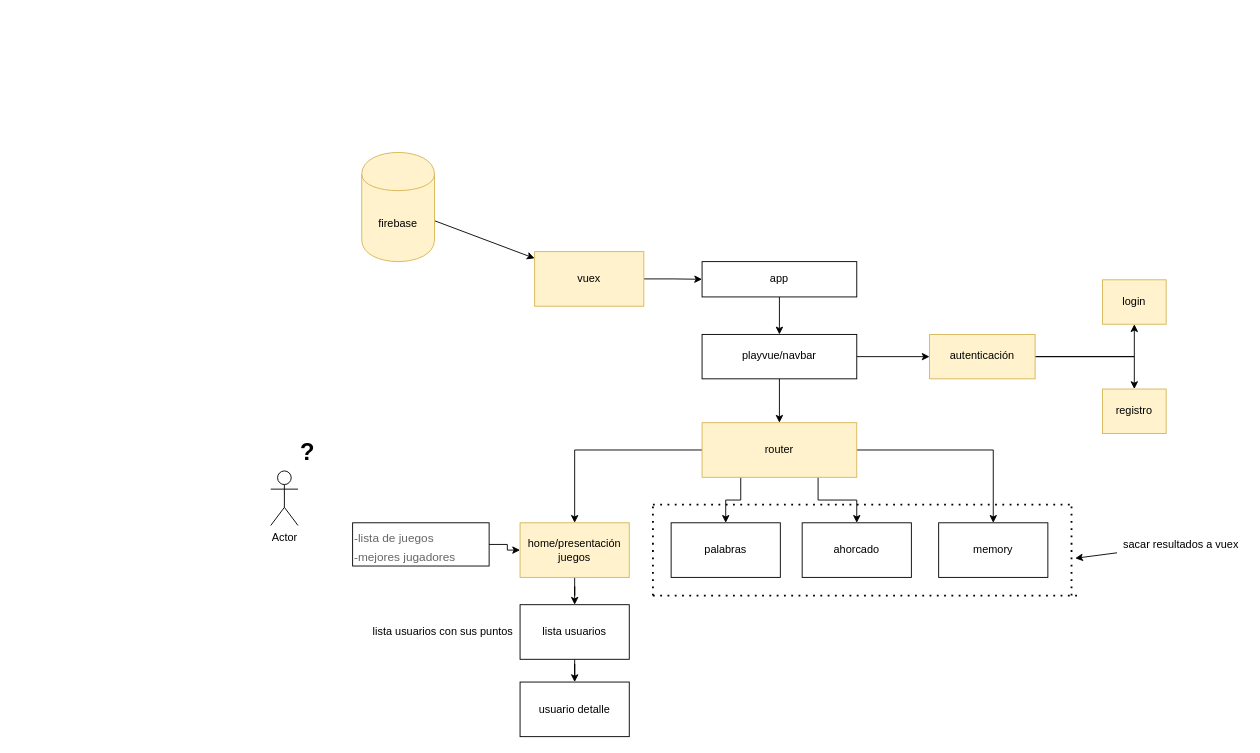
This is play-vue.drawio from lazaro-programacion/play-games-vue, a draw.io file, before an edit. Source tidied: cells renumbered, new cells numbered last; positions are measured from the earlier drawing's top-left corner, leaving out a move shared by most shapes. Both pictures are drawn from the tidied source at 91%, with x=0, y=0 at pixel (270, 152).
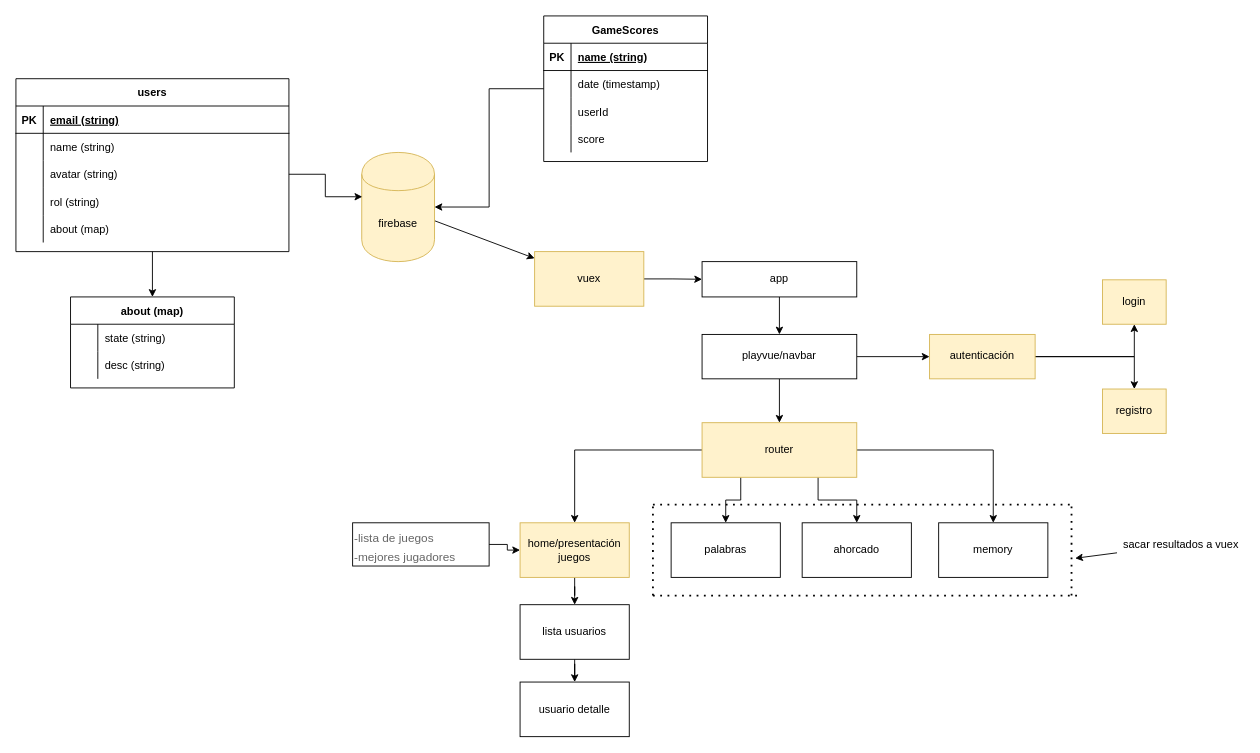
The same diagram, later.

Unchanged cells that the change refers to:
```xml
<mxCell id="27" value="firebase" style="shape=cylinder;whiteSpace=wrap;html=1;boundedLbl=1;backgroundOutline=1;fillColor=#fff2cc;strokeColor=#d6b656;" parent="1" vertex="1">
  <mxGeometry x="100" width="80" height="120" as="geometry" />
</mxCell>
```

Change to the diagram source:
```diff
@@
-    <mxCell id="25" value="lista usuarios con sus puntos" style="text;html=1;align=center;verticalAlign=middle;" parent="1" vertex="1">
-      <mxGeometry x="104" y="517" width="170" height="20" as="geometry" />
-    </mxCell>
@@
-    <mxCell id="36" value="Actor" style="shape=umlActor;verticalLabelPosition=bottom;verticalAlign=top;html=1;" parent="1" vertex="1">
-      <mxGeometry y="350" width="30" height="60" as="geometry" />
-    </mxCell>
-    <mxCell id="37" value="&lt;font style=&quot;font-size: 26px&quot;&gt;&lt;b&gt;?&lt;/b&gt;&lt;/font&gt;" style="text;html=1;align=center;verticalAlign=middle;" parent="1" vertex="1">
-      <mxGeometry x="25" y="320" width="30" height="20" as="geometry" />
-    </mxCell>
@@
+    <mxCell id="40" style="edgeStyle=orthogonalEdgeStyle;rounded=0;jettySize=auto;html=1;entryX=0.5;entryY=0;entryDx=0;entryDy=0;" parent="1" edge="1" source="41" target="57">
+      <mxGeometry relative="1" as="geometry" />
+    </mxCell>
+    <mxCell id="41" value="users" style="shape=table;startSize=30;childLayout=tableLayout;rowLines=0;fontStyle=1;align=center;" parent="1" vertex="1">
+      <mxGeometry x="-280" y="-81" width="300" height="190" as="geometry" />
+    </mxCell>
+    <mxCell id="42" style="shape=partialRectangle;fillColor=none;top=0;left=0;bottom=1;right=0;" parent="41" vertex="1">
+      <mxGeometry y="30" width="300" height="30" as="geometry" />
+    </mxCell>
+    <mxCell id="43" value="PK" style="shape=partialRectangle;fillColor=none;top=0;left=0;bottom=0;right=0;fontStyle=1;overflow=hidden;" parent="42" vertex="1">
+      <mxGeometry width="30" height="30" as="geometry" />
+    </mxCell>
+    <mxCell id="44" value="email (string)" style="shape=partialRectangle;fillColor=none;top=0;left=0;bottom=0;right=0;align=left;spacingLeft=6;fontStyle=5;overflow=hidden;" parent="42" vertex="1">
+      <mxGeometry x="30" width="270" height="30" as="geometry" />
+    </mxCell>
+    <mxCell id="45" style="shape=partialRectangle;fillColor=none;top=0;left=0;bottom=0;right=0;" parent="41" vertex="1">
+      <mxGeometry y="60" width="300" height="30" as="geometry" />
+    </mxCell>
+    <mxCell id="46" style="shape=partialRectangle;fillColor=none;top=0;left=0;bottom=0;right=0;overflow=hidden;" parent="45" vertex="1">
+      <mxGeometry width="30" height="30" as="geometry" />
+    </mxCell>
+    <mxCell id="47" value="name (string)" style="shape=partialRectangle;fillColor=none;top=0;left=0;bottom=0;right=0;align=left;spacingLeft=6;overflow=hidden;" parent="45" vertex="1">
+      <mxGeometry x="30" width="270" height="30" as="geometry" />
+    </mxCell>
+    <mxCell id="48" style="shape=partialRectangle;fillColor=none;top=0;left=0;bottom=0;right=0;points=[[0,0.5],[1,0.5]];portConstraint=eastwest;" parent="41" vertex="1">
+      <mxGeometry y="90" width="300" height="30" as="geometry" />
+    </mxCell>
+    <mxCell id="49" style="shape=partialRectangle;fillColor=none;top=0;left=0;bottom=0;right=0;overflow=hidden;" parent="48" vertex="1">
+      <mxGeometry width="30" height="30" as="geometry" />
+    </mxCell>
+    <mxCell id="50" value="avatar (string)" style="shape=partialRectangle;fillColor=none;top=0;left=0;bottom=0;right=0;align=left;spacingLeft=6;overflow=hidden;" parent="48" vertex="1">
+      <mxGeometry x="30" width="270" height="30" as="geometry" />
+    </mxCell>
+    <mxCell id="51" style="shape=partialRectangle;fillColor=none;top=0;left=0;bottom=0;right=0;" parent="41" vertex="1">
+      <mxGeometry y="120" width="300" height="30" as="geometry" />
+    </mxCell>
+    <mxCell id="52" style="shape=partialRectangle;fillColor=none;top=0;left=0;bottom=0;right=0;overflow=hidden;" parent="51" vertex="1">
+      <mxGeometry width="30" height="30" as="geometry" />
+    </mxCell>
+    <mxCell id="53" value="rol (string)" style="shape=partialRectangle;fillColor=none;top=0;left=0;bottom=0;right=0;align=left;spacingLeft=6;overflow=hidden;" parent="51" vertex="1">
+      <mxGeometry x="30" width="270" height="30" as="geometry" />
+    </mxCell>
+    <mxCell id="54" style="shape=partialRectangle;fillColor=none;top=0;left=0;bottom=0;right=0;" parent="41" vertex="1">
+      <mxGeometry y="150" width="300" height="30" as="geometry" />
+    </mxCell>
+    <mxCell id="55" style="shape=partialRectangle;fillColor=none;top=0;left=0;bottom=0;right=0;overflow=hidden;" parent="54" vertex="1">
+      <mxGeometry width="30" height="30" as="geometry" />
+    </mxCell>
+    <mxCell id="56" value="about (map)" style="shape=partialRectangle;fillColor=none;top=0;left=0;bottom=0;right=0;align=left;spacingLeft=6;overflow=hidden;" parent="54" vertex="1">
+      <mxGeometry x="30" width="270" height="30" as="geometry" />
+    </mxCell>
+    <mxCell id="57" value="about (map)" style="shape=table;startSize=30;childLayout=tableLayout;rowLines=0;fontStyle=1;align=center;" parent="1" vertex="1">
+      <mxGeometry x="-220" y="158.8" width="180" height="100" as="geometry" />
+    </mxCell>
+    <mxCell id="58" style="shape=partialRectangle;fillColor=none;top=0;left=0;bottom=0;right=0;" parent="57" vertex="1">
+      <mxGeometry y="30" width="180" height="30" as="geometry" />
+    </mxCell>
+    <mxCell id="59" style="shape=partialRectangle;fillColor=none;top=0;left=0;bottom=0;right=0;overflow=hidden;" parent="58" vertex="1">
+      <mxGeometry width="30" height="30" as="geometry" />
+    </mxCell>
+    <mxCell id="60" value="state (string)" style="shape=partialRectangle;fillColor=none;top=0;left=0;bottom=0;right=0;align=left;spacingLeft=6;overflow=hidden;" parent="58" vertex="1">
+      <mxGeometry x="30" width="150" height="30" as="geometry" />
+    </mxCell>
+    <mxCell id="61" style="shape=partialRectangle;fillColor=none;top=0;left=0;bottom=0;right=0;" parent="57" vertex="1">
+      <mxGeometry y="60" width="180" height="30" as="geometry" />
+    </mxCell>
+    <mxCell id="62" style="shape=partialRectangle;fillColor=none;top=0;left=0;bottom=0;right=0;overflow=hidden;" parent="61" vertex="1">
+      <mxGeometry width="30" height="30" as="geometry" />
+    </mxCell>
+    <mxCell id="63" value="desc (string)" style="shape=partialRectangle;fillColor=none;top=0;left=0;bottom=0;right=0;align=left;spacingLeft=6;overflow=hidden;" parent="61" vertex="1">
+      <mxGeometry x="30" width="150" height="30" as="geometry" />
+    </mxCell>
+    <mxCell id="64" style="edgeStyle=orthogonalEdgeStyle;rounded=0;jettySize=auto;html=1;" parent="1" edge="1" source="65" target="27">
+      <mxGeometry relative="1" as="geometry" />
+    </mxCell>
+    <mxCell id="65" value="GameScores" style="shape=table;startSize=30;childLayout=tableLayout;rowLines=0;fontStyle=1;align=center;" parent="1" vertex="1">
+      <mxGeometry x="300" y="-150" width="180" height="160" as="geometry" />
+    </mxCell>
+    <mxCell id="66" style="shape=partialRectangle;fillColor=none;top=0;left=0;bottom=1;right=0;" parent="65" vertex="1">
+      <mxGeometry y="30" width="180" height="30" as="geometry" />
+    </mxCell>
+    <mxCell id="67" value="PK" style="shape=partialRectangle;fillColor=none;top=0;left=0;bottom=0;right=0;fontStyle=1;overflow=hidden;" parent="66" vertex="1">
+      <mxGeometry width="30" height="30" as="geometry" />
+    </mxCell>
+    <mxCell id="68" value="name (string)" style="shape=partialRectangle;fillColor=none;top=0;left=0;bottom=0;right=0;align=left;spacingLeft=6;fontStyle=5;overflow=hidden;" parent="66" vertex="1">
+      <mxGeometry x="30" width="150" height="30" as="geometry" />
+    </mxCell>
+    <mxCell id="69" style="shape=partialRectangle;fillColor=none;top=0;left=0;bottom=0;right=0;" parent="65" vertex="1">
+      <mxGeometry y="60" width="180" height="30" as="geometry" />
+    </mxCell>
+    <mxCell id="70" style="shape=partialRectangle;fillColor=none;top=0;left=0;bottom=0;right=0;overflow=hidden;" parent="69" vertex="1">
+      <mxGeometry width="30" height="30" as="geometry" />
+    </mxCell>
+    <mxCell id="71" value="date (timestamp)" style="shape=partialRectangle;fillColor=none;top=0;left=0;bottom=0;right=0;align=left;spacingLeft=6;overflow=hidden;" parent="69" vertex="1">
+      <mxGeometry x="30" width="150" height="30" as="geometry" />
+    </mxCell>
+    <mxCell id="72" style="shape=partialRectangle;fillColor=none;top=0;left=0;bottom=0;right=0;" parent="65" vertex="1">
+      <mxGeometry y="90" width="180" height="30" as="geometry" />
+    </mxCell>
+    <mxCell id="73" style="shape=partialRectangle;fillColor=none;top=0;left=0;bottom=0;right=0;overflow=hidden;" parent="72" vertex="1">
+      <mxGeometry width="30" height="30" as="geometry" />
+    </mxCell>
+    <mxCell id="74" value="userId" style="shape=partialRectangle;fillColor=none;top=0;left=0;bottom=0;right=0;align=left;spacingLeft=6;overflow=hidden;" parent="72" vertex="1">
+      <mxGeometry x="30" width="150" height="30" as="geometry" />
+    </mxCell>
+    <mxCell id="75" style="shape=partialRectangle;fillColor=none;top=0;left=0;bottom=0;right=0;" parent="65" vertex="1">
+      <mxGeometry y="120" width="180" height="30" as="geometry" />
+    </mxCell>
+    <mxCell id="76" style="shape=partialRectangle;fillColor=none;top=0;left=0;bottom=0;right=0;overflow=hidden;" parent="75" vertex="1">
+      <mxGeometry width="30" height="30" as="geometry" />
+    </mxCell>
+    <mxCell id="77" value="score" style="shape=partialRectangle;fillColor=none;top=0;left=0;bottom=0;right=0;align=left;spacingLeft=6;overflow=hidden;" parent="75" vertex="1">
+      <mxGeometry x="30" width="150" height="30" as="geometry" />
+    </mxCell>
+    <mxCell id="78" style="edgeStyle=orthogonalEdgeStyle;rounded=0;jettySize=auto;html=1;entryX=0.008;entryY=0.406;entryDx=0;entryDy=0;entryPerimeter=0;" parent="1" edge="1" source="48" target="27">
+      <mxGeometry relative="1" as="geometry" />
+    </mxCell>
```
